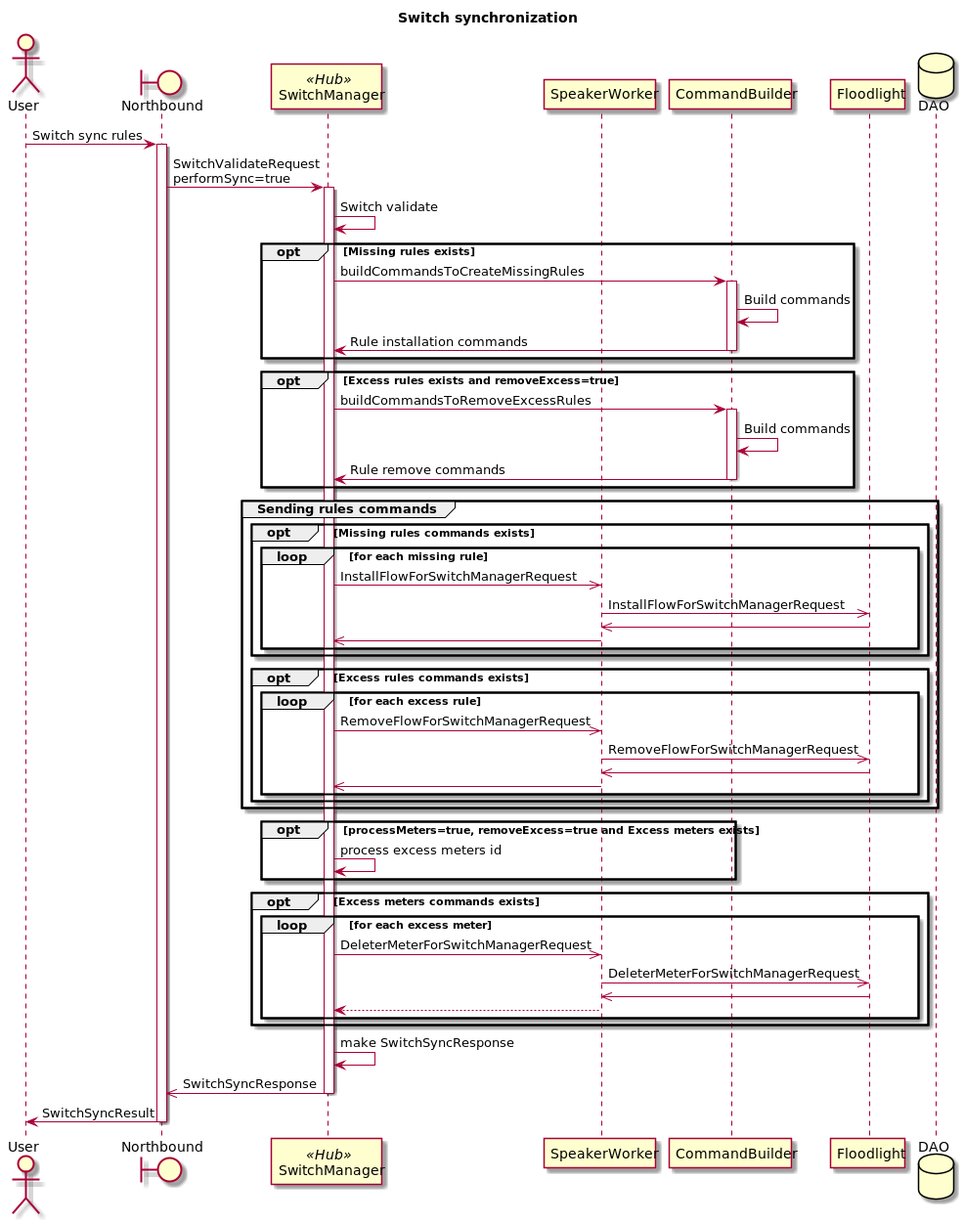
telstra/open-kilda keeps this PlantUML diagram as docs/design/hub-and-spoke/switch-sync/h&s-switch-sync.png. Above is the earlier version. Source of this version:
```plantuml
@startuml
title Switch synchronization

actor User
boundary Northbound as NB
participant SwitchManager << Hub >>
participant SpeakerWorker
participant CommandBuilder
participant Floodlight as FL
database DAO

User -> NB : Switch sync rules

activate NB
NB -> SwitchManager : SwitchValidateRequest\nperformSync=true
activate SwitchManager

SwitchManager -> SwitchManager : Switch validate

opt Missing rules exists
    SwitchManager -> CommandBuilder : buildCommandsToCreateMissingRules
    activate CommandBuilder
    CommandBuilder -> CommandBuilder : Build commands
    CommandBuilder -> SwitchManager : Rule installation commands
    deactivate CommandBuilder
end

opt Excess rules exists and removeExcess=true
    SwitchManager -> CommandBuilder : buildCommandsToRemoveExcessRules
    activate CommandBuilder
    CommandBuilder -> CommandBuilder : Build commands
    CommandBuilder -> SwitchManager : Rule remove commands
    deactivate CommandBuilder
end

group Sending rules commands
    opt Missing rules commands exists
        loop for each missing rule
            SwitchManager ->> SpeakerWorker : InstallFlowForSwitchManagerRequest
            SpeakerWorker ->> FL : InstallFlowForSwitchManagerRequest

            FL ->> SpeakerWorker
            SpeakerWorker ->> SwitchManager
        end
    end
    opt Excess rules commands exists
        loop for each excess rule
            SwitchManager ->> SpeakerWorker : RemoveFlowForSwitchManagerRequest
            SpeakerWorker ->> FL : RemoveFlowForSwitchManagerRequest
            FL ->> SpeakerWorker
            SpeakerWorker ->> SwitchManager
        end
    end

end

opt processMeters=true, removeExcess=true and Excess meters exists
    SwitchManager -> SwitchManager : process excess meters id
end

opt Excess meters commands exists
    loop for each excess meter
        SwitchManager ->> SpeakerWorker : DeleterMeterForSwitchManagerRequest
        SpeakerWorker ->> FL : DeleterMeterForSwitchManagerRequest
        FL ->> SpeakerWorker
        SpeakerWorker --> SwitchManager
    end
end

SwitchManager -> SwitchManager: make SwitchSyncResponse
SwitchManager ->> NB: SwitchSyncResponse
deactivate SwitchManager

NB -> User: SwitchSyncResult
deactivate NB

@enduml
```
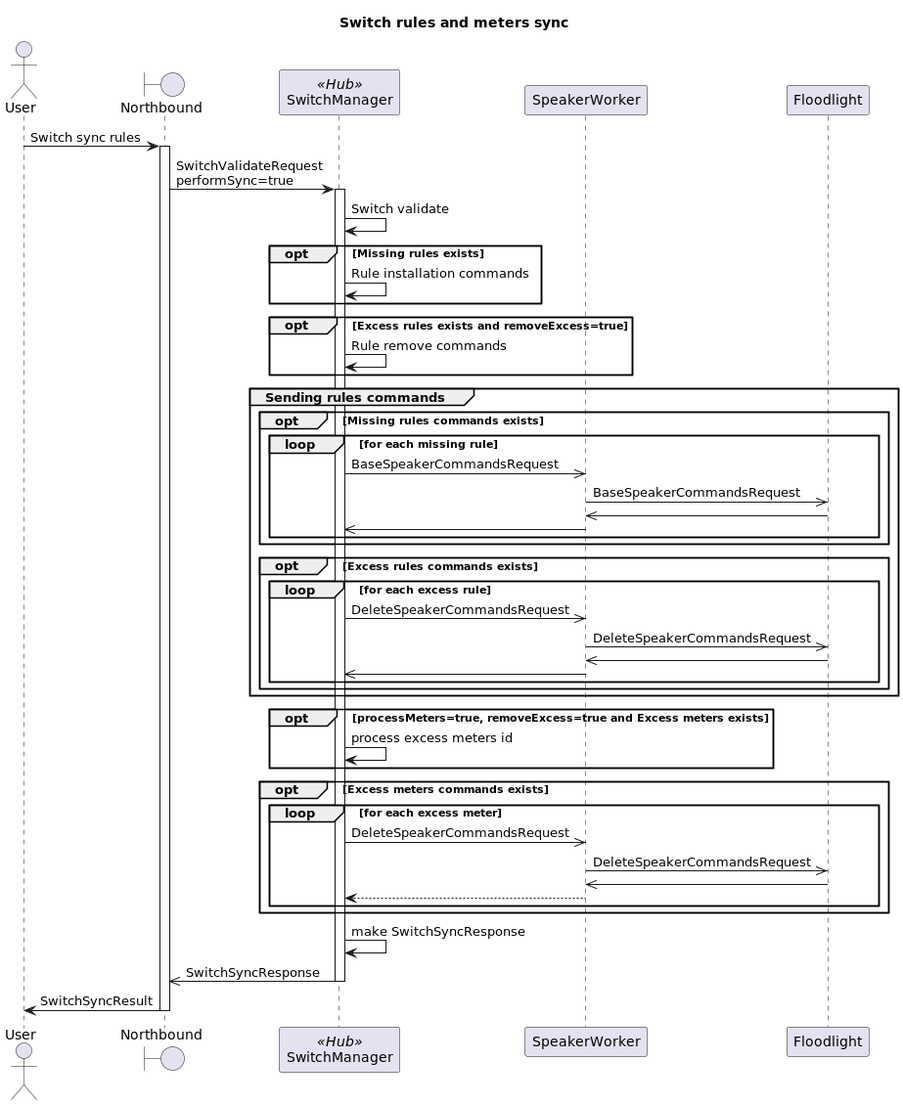
After the commit.

Change to the diagram source:
```diff
@@ -1,13 +1,11 @@
 @startuml
-title Switch synchronization
+title Switch rules and meters sync
 
 actor User
 boundary Northbound as NB
 participant SwitchManager << Hub >>
 participant SpeakerWorker
-participant CommandBuilder
 participant Floodlight as FL
-database DAO
 
 User -> NB : Switch sync rules
 
@@ -18,26 +16,18 @@
 SwitchManager -> SwitchManager : Switch validate
 
 opt Missing rules exists
-    SwitchManager -> CommandBuilder : buildCommandsToCreateMissingRules
-    activate CommandBuilder
-    CommandBuilder -> CommandBuilder : Build commands
-    CommandBuilder -> SwitchManager : Rule installation commands
-    deactivate CommandBuilder
+    SwitchManager -> SwitchManager : Rule installation commands
 end
 
 opt Excess rules exists and removeExcess=true
-    SwitchManager -> CommandBuilder : buildCommandsToRemoveExcessRules
-    activate CommandBuilder
-    CommandBuilder -> CommandBuilder : Build commands
-    CommandBuilder -> SwitchManager : Rule remove commands
-    deactivate CommandBuilder
+    SwitchManager -> SwitchManager : Rule remove commands
 end
 
 group Sending rules commands
     opt Missing rules commands exists
         loop for each missing rule
-            SwitchManager ->> SpeakerWorker : InstallFlowForSwitchManagerRequest
-            SpeakerWorker ->> FL : InstallFlowForSwitchManagerRequest
+            SwitchManager ->> SpeakerWorker : BaseSpeakerCommandsRequest
+            SpeakerWorker ->> FL : BaseSpeakerCommandsRequest
 
             FL ->> SpeakerWorker
             SpeakerWorker ->> SwitchManager
@@ -45,8 +35,8 @@
     end
     opt Excess rules commands exists
         loop for each excess rule
-            SwitchManager ->> SpeakerWorker : RemoveFlowForSwitchManagerRequest
-            SpeakerWorker ->> FL : RemoveFlowForSwitchManagerRequest
+            SwitchManager ->> SpeakerWorker : DeleteSpeakerCommandsRequest
+            SpeakerWorker ->> FL : DeleteSpeakerCommandsRequest
             FL ->> SpeakerWorker
             SpeakerWorker ->> SwitchManager
         end
@@ -60,8 +50,8 @@
 
 opt Excess meters commands exists
     loop for each excess meter
-        SwitchManager ->> SpeakerWorker : DeleterMeterForSwitchManagerRequest
-        SpeakerWorker ->> FL : DeleterMeterForSwitchManagerRequest
+        SwitchManager ->> SpeakerWorker : DeleteSpeakerCommandsRequest
+        SpeakerWorker ->> FL : DeleteSpeakerCommandsRequest
         FL ->> SpeakerWorker
         SpeakerWorker --> SwitchManager
     end
```
